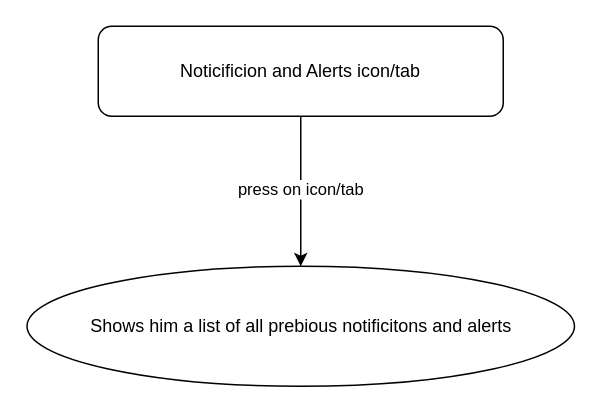
tariq7299/LawyerPrep keeps this draw.io diagram as page "NotificationIconOnHomeScreen" (3 of 10) of LawyerApp.drawio. Above is the earlier version. Source tidied: cells renumbered, new cells numbered last; positions are measured from the earlier drawing's top-left corner, leaving out a move shared by most shapes. Both pictures are drawn from the tidied source at 150%, with x=0, y=0 at pixel (26, 26).
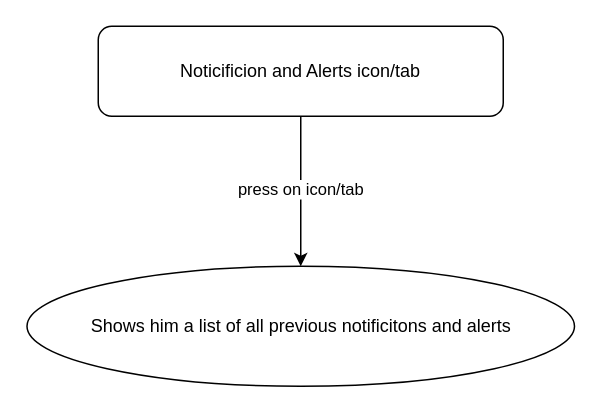
Above is the later version.

Change to the diagram source:
```diff
@@
 <mxGraphModel>
   <root>
     <mxCell id="0" />
     <mxCell id="1" parent="0" />
     <mxCell id="2" style="edgeStyle=orthogonalEdgeStyle;rounded=0;jettySize=auto;html=1;" parent="1" edge="1" source="4" target="5">
       <mxGeometry relative="1" as="geometry" />
     </mxCell>
     <mxCell id="3" value="press on icon/tab" style="edgeLabel;html=1;align=center;verticalAlign=middle;" parent="2" vertex="1">
       <mxGeometry x="-0.05" y="-1" relative="1" as="geometry" />
     </mxCell>
     <mxCell id="4" value="Noticificion and Alerts icon/tab" style="rounded=1;whiteSpace=wrap;html=1;" parent="1" vertex="1">
       <mxGeometry x="48" width="270" height="60" as="geometry" />
     </mxCell>
-    <mxCell id="5" value="Shows him a list of all prebious notificitons and alerts" style="ellipse;whiteSpace=wrap;html=1;" parent="1" vertex="1">
+    <mxCell id="5" value="Shows him a list of all previous notificitons and alerts" style="ellipse;whiteSpace=wrap;html=1;" parent="1" vertex="1">
       <mxGeometry x="0.5" y="160" width="365" height="80" as="geometry" />
     </mxCell>
   </root>
 </mxGraphModel>
```
